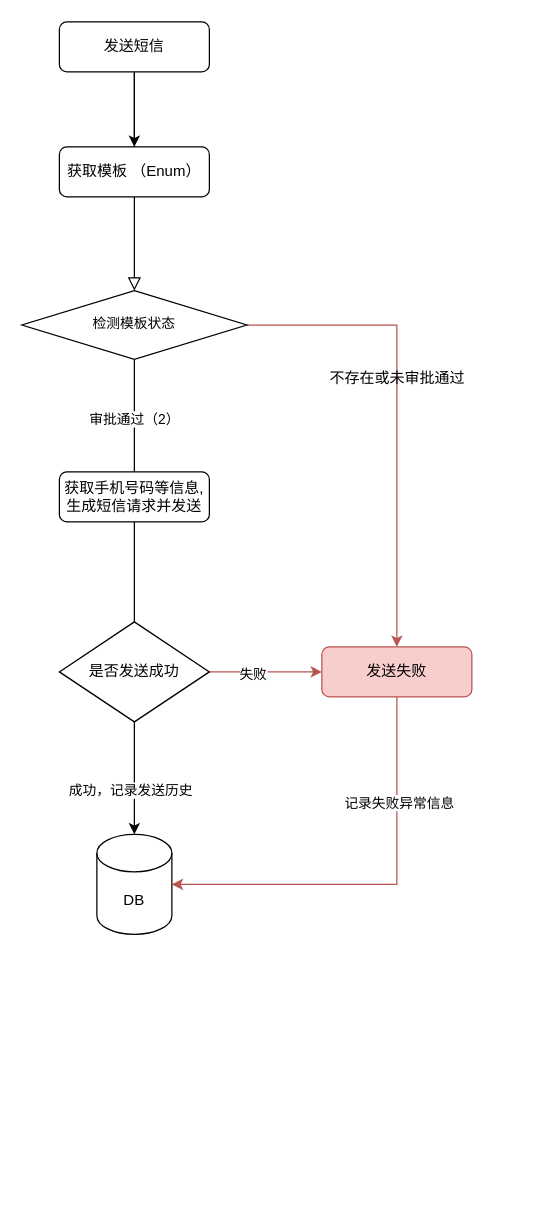
Earlier version of the draw.io diagram 未命名绘图.drawio (Leo-Lee-j/sketch). Source tidied: cells renumbered, new cells numbered last; positions are measured from the earlier drawing's top-left corner, leaving out a move shared by most shapes. Both pictures are drawn from the tidied source at 125%, with x=0, y=0 at pixel (21, 21).
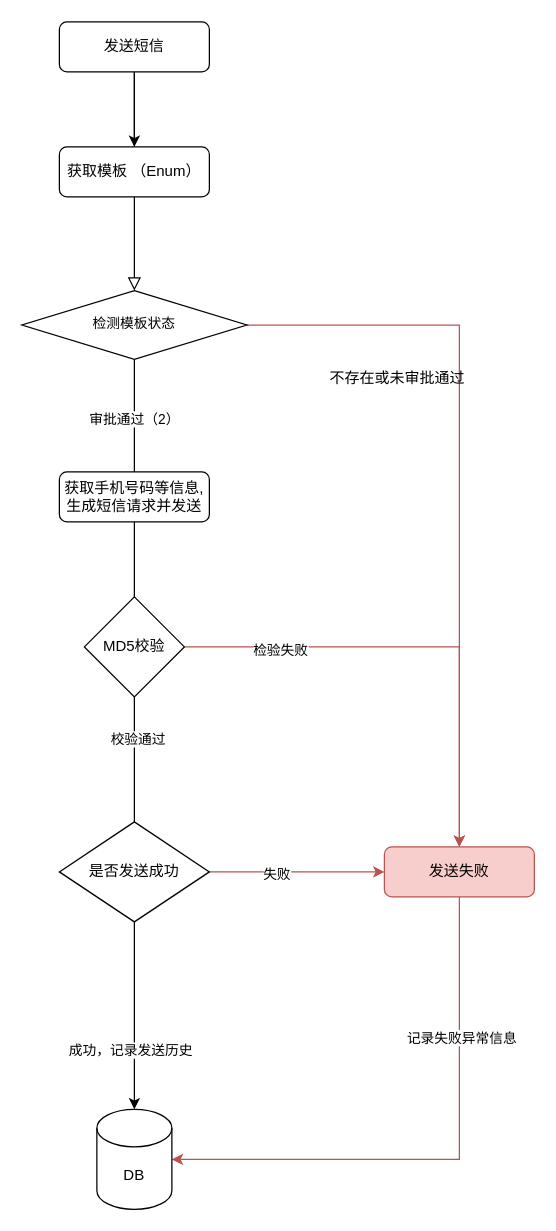
The same diagram, later.

Commit message:
更新未命名绘图.drawio

Unchanged cells that the change refers to:
```xml
<mxCell id="17" value="获取手机号码等信息,生成短信请求并发送" style="rounded=1;whiteSpace=wrap;html=1;" parent="1" vertex="1">
  <mxGeometry x="30" y="360" width="120" height="40" as="geometry" />
</mxCell>
```

What changed in the source:
```diff
@@
     <mxCell id="11" value="发送失败" style="rounded=1;whiteSpace=wrap;html=1;fontSize=12;glass=0;strokeWidth=1;shadow=0;fillColor=#f8cecc;strokeColor=#b85450;" parent="1" vertex="1">
-      <mxGeometry x="240" y="500" width="120" height="40" as="geometry" />
+      <mxGeometry x="290" y="660" width="120" height="40" as="geometry" />
     </mxCell>
@@
-    <mxCell id="15" style="edgeStyle=orthogonalEdgeStyle;rounded=0;jettySize=auto;html=1;exitX=0.5;exitY=1;exitDx=0;exitDy=0;entryX=0.5;entryY=0;entryDx=0;entryDy=0;entryPerimeter=0;" parent="1" edge="1" source="17" target="19">
+    <mxCell id="15" style="edgeStyle=orthogonalEdgeStyle;rounded=0;jettySize=auto;html=1;exitX=0.5;exitY=1;exitDx=0;exitDy=0;entryX=0.5;entryY=0;entryDx=0;entryDy=0;entryPerimeter=0;startArrow=none;" parent="1" edge="1" source="26" target="19">
       <mxGeometry relative="1" as="geometry" />
     </mxCell>
@@
+    <mxCell id="23" value="校验通过" style="edgeLabel;html=1;align=center;verticalAlign=middle;" parent="15" vertex="1">
+      <mxGeometry x="-0.8" y="2" relative="1" as="geometry" />
+    </mxCell>
@@
     <mxCell id="19" value="DB" style="shape=cylinder3;whiteSpace=wrap;html=1;boundedLbl=1;backgroundOutline=1;size=15;" parent="1" vertex="1">
-      <mxGeometry x="60" y="650" width="60" height="80" as="geometry" />
+      <mxGeometry x="60" y="870" width="60" height="80" as="geometry" />
     </mxCell>
@@
     <mxCell id="22" value="是否发送成功" style="rhombus;whiteSpace=wrap;html=1;" parent="1" vertex="1">
-      <mxGeometry x="30" y="480" width="120" height="80" as="geometry" />
+      <mxGeometry x="30" y="640" width="120" height="80" as="geometry" />
     </mxCell>
+    <mxCell id="24" style="edgeStyle=orthogonalEdgeStyle;rounded=0;jettySize=auto;html=1;exitX=1;exitY=0.5;exitDx=0;exitDy=0;fillColor=#f8cecc;strokeColor=#b85450;entryX=0.5;entryY=0;entryDx=0;entryDy=0;" parent="1" edge="1" source="26" target="11">
+      <mxGeometry relative="1" as="geometry" />
+    </mxCell>
+    <mxCell id="25" value="检验失败" style="edgeLabel;html=1;align=center;verticalAlign=middle;" parent="24" vertex="1">
+      <mxGeometry x="-0.6" y="-2" relative="1" as="geometry" />
+    </mxCell>
+    <mxCell id="26" value="MD5校验" style="rhombus;whiteSpace=wrap;html=1;" parent="1" vertex="1">
+      <mxGeometry x="50" y="460" width="80" height="80" as="geometry" />
+    </mxCell>
+    <mxCell id="27" style="edgeStyle=orthogonalEdgeStyle;rounded=0;jettySize=auto;html=1;exitX=0.5;exitY=1;exitDx=0;exitDy=0;entryX=0.5;entryY=0;entryDx=0;entryDy=0;entryPerimeter=0;endArrow=none;" parent="1" edge="1" source="17" target="26">
+      <mxGeometry relative="1" as="geometry" />
+    </mxCell>
```
